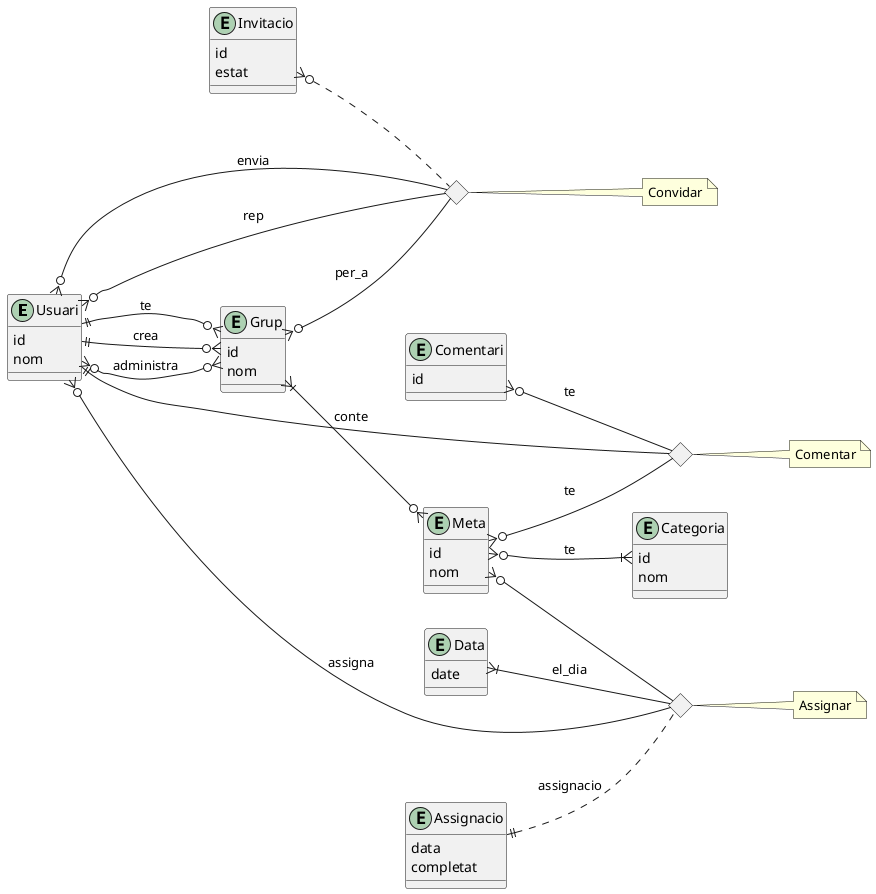
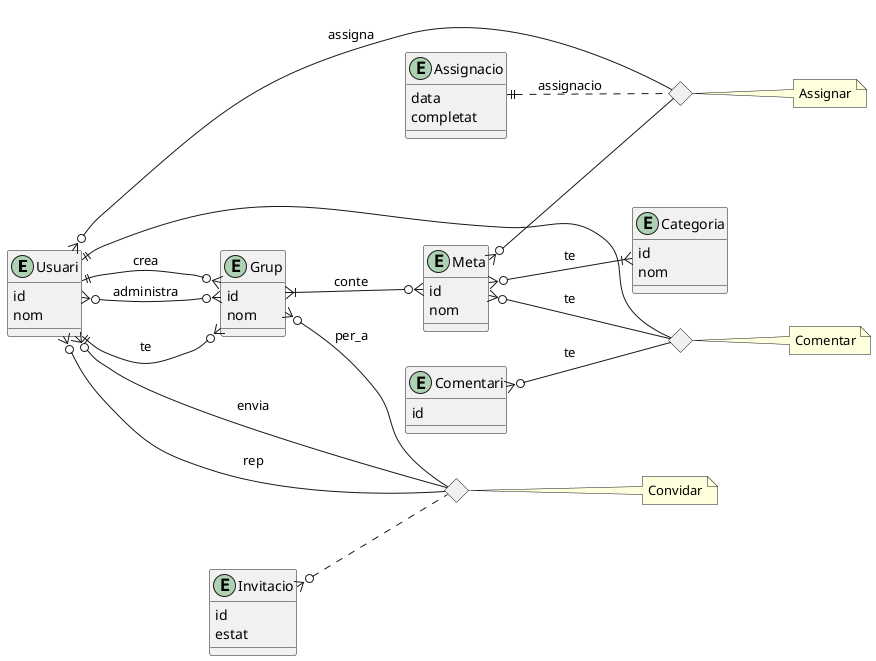
@startuml
left to right direction

' Entitats principals
entity Usuari {
  id
  nom
}

entity Grup {
  id
  nom
}

entity Meta {
  id
  nom
}

entity Categoria {
  id
  nom
}

entity Invitacio {
  id
  estat
}

entity Assignacio {
  data
  completat
}

- entity Data {
-   date
- }
- 
entity Comentari {
  id

}

' Diamants de relacions ternàries
<> AssignacioRel
<> InvitacioRel
<> comentariRel

note right of comentariRel : Comentar
note right of AssignacioRel : Assignar
note right of InvitacioRel : Convidar

' Assignació ternària Usuari–Meta amb Assignacio
Usuari }o-- AssignacioRel : assigna
' Usuari }o-- AssignacioRel : es assignada
Meta }o-- AssignacioRel
Assignacio ||.. AssignacioRel : assignacio
- Data }|-- AssignacioRel : el_dia

' Relació many-to-many Grup–Usuari
Usuari ||--o{ Grup : te

' Relació ternària Invitacions
Usuari }o-- InvitacioRel : envia
Usuari }o-- InvitacioRel : rep
Grup }o-- InvitacioRel : per_a
Invitacio }o.. InvitacioRel

' Un usuari pot crear 0 o molts grups
Usuari ||--o{ Grup : crea

' Administradors de grups
Usuari }o--o{ Grup : administra

' Un grup conté 1 o moltes metes
Grup }|--o{ Meta : conte

' Relació many-to-many Meta–Categoria
Meta }o--|{ Categoria : te

' Un usuari completa metes
' Usuari }o--o{ Meta : completa

'un usuari fa un comentari a una meta
Usuari ||-- comentariRel
Comentari }o-- comentariRel : te
Meta }o-- comentariRel : te


'un comentari pertany a un grup
' Comentari }o--|| Grup : pertany


@enduml